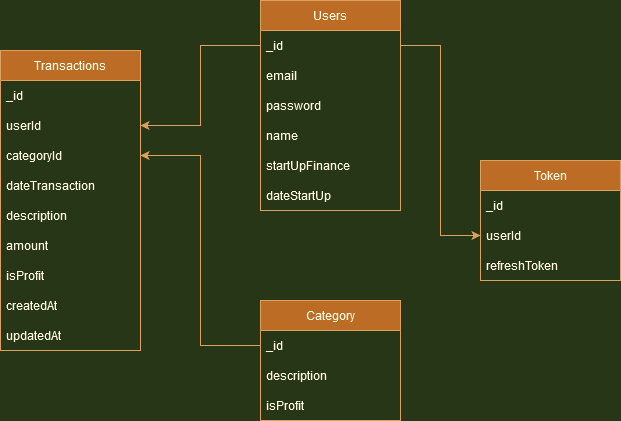
Before: schema.data.png, a diagram exported from draw.io (AndrewRiabets/project-kapusta-finance-back-end). Source tidied: cells renumbered, new cells last; positions are measured from the earlier drawing's top-left corner, leaving out a move shared by most shapes.
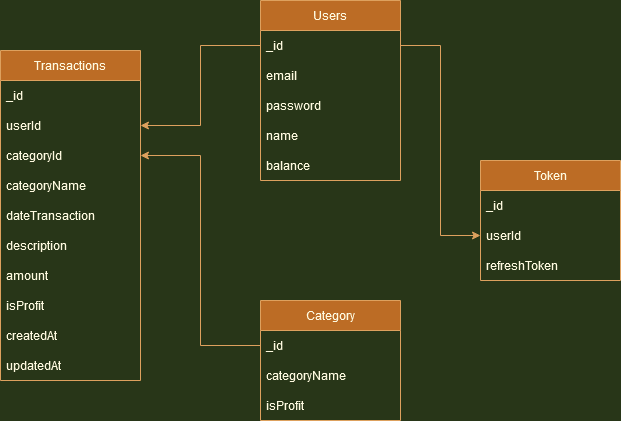
Later version of the same file.

What changed in the source:
```diff
@@ -3,7 +3,7 @@
     <mxCell id="0" />
     <mxCell id="1" parent="0" />
     <mxCell id="2" value="Users" style="swimlane;fontStyle=0;horizontal=1;startSize=30;fillColor=#BC6C25;strokeColor=#DDA15E;fontColor=#FEFAE0;" parent="1" vertex="1">
-      <mxGeometry x="260" width="140" height="210" as="geometry" />
+      <mxGeometry x="260" width="140" height="180" as="geometry" />
     </mxCell>
     <mxCell id="3" value="_id" style="text;strokeColor=none;fillColor=none;align=left;verticalAlign=middle;spacingLeft=4;spacingRight=4;overflow=hidden;points=[[0,0.5],[1,0.5]];portConstraint=eastwest;fontColor=#FEFAE0;" parent="2" vertex="1">
       <mxGeometry y="30" width="140" height="30" as="geometry" />
@@ -17,26 +17,23 @@
     <mxCell id="6" value="name" style="text;strokeColor=none;fillColor=none;align=left;verticalAlign=middle;spacingLeft=4;spacingRight=4;overflow=hidden;fontColor=#FEFAE0;" parent="2" vertex="1">
       <mxGeometry y="120" width="140" height="30" as="geometry" />
     </mxCell>
-    <mxCell id="7" value="startUpFinance" style="text;strokeColor=none;fillColor=none;align=left;verticalAlign=middle;spacingLeft=4;spacingRight=4;overflow=hidden;fontColor=#FEFAE0;" parent="2" vertex="1">
+    <mxCell id="7" value="balance" style="text;strokeColor=none;fillColor=none;align=left;verticalAlign=middle;spacingLeft=4;spacingRight=4;overflow=hidden;fontColor=#FEFAE0;" parent="2" vertex="1">
       <mxGeometry y="150" width="140" height="30" as="geometry" />
     </mxCell>
-    <mxCell id="8" value="dateStartUp" style="text;strokeColor=none;fillColor=none;align=left;verticalAlign=middle;spacingLeft=4;spacingRight=4;overflow=hidden;fontColor=#FEFAE0;" parent="2" vertex="1">
-      <mxGeometry y="180" width="140" height="30" as="geometry" />
-    </mxCell>
     <mxCell id="9" value="Category" style="swimlane;fontStyle=0;horizontal=1;startSize=30;fillColor=#BC6C25;strokeColor=#DDA15E;fontColor=#FEFAE0;" parent="1" vertex="1">
       <mxGeometry x="260" y="300" width="140" height="120" as="geometry" />
     </mxCell>
     <mxCell id="10" value="_id" style="text;strokeColor=none;fillColor=none;align=left;verticalAlign=middle;spacingLeft=4;spacingRight=4;overflow=hidden;points=[[0,0.5],[1,0.5]];portConstraint=eastwest;fontColor=#FEFAE0;" parent="9" vertex="1">
       <mxGeometry y="30" width="140" height="30" as="geometry" />
     </mxCell>
-    <mxCell id="11" value="description" style="text;strokeColor=none;fillColor=none;align=left;verticalAlign=middle;spacingLeft=4;spacingRight=4;overflow=hidden;fontColor=#FEFAE0;" parent="9" vertex="1">
+    <mxCell id="11" value="categoryName" style="text;strokeColor=none;fillColor=none;align=left;verticalAlign=middle;spacingLeft=4;spacingRight=4;overflow=hidden;fontColor=#FEFAE0;" parent="9" vertex="1">
       <mxGeometry y="60" width="140" height="30" as="geometry" />
     </mxCell>
     <mxCell id="12" value="isProfit" style="text;strokeColor=none;fillColor=none;align=left;verticalAlign=middle;spacingLeft=4;spacingRight=4;overflow=hidden;fontColor=#FEFAE0;" parent="9" vertex="1">
       <mxGeometry y="90" width="140" height="30" as="geometry" />
     </mxCell>
     <mxCell id="13" value="Transactions" style="swimlane;fontStyle=0;horizontal=1;startSize=30;fillColor=#BC6C25;strokeColor=#DDA15E;fontColor=#FEFAE0;" parent="1" vertex="1">
-      <mxGeometry y="50" width="140" height="300" as="geometry" />
+      <mxGeometry y="50" width="140" height="330" as="geometry" />
     </mxCell>
     <mxCell id="14" value="_id" style="text;strokeColor=none;fillColor=none;align=left;verticalAlign=middle;spacingLeft=4;spacingRight=4;overflow=hidden;fontColor=#FEFAE0;" parent="13" vertex="1">
       <mxGeometry y="30" width="140" height="30" as="geometry" />
@@ -47,23 +44,26 @@
     <mxCell id="16" value="categoryId" style="text;strokeColor=none;fillColor=none;align=left;verticalAlign=middle;spacingLeft=4;spacingRight=4;overflow=hidden;points=[[0,0.5],[1,0.5]];portConstraint=eastwest;fontColor=#FEFAE0;" parent="13" vertex="1">
       <mxGeometry y="90" width="140" height="30" as="geometry" />
     </mxCell>
+    <mxCell id="30" value="categoryName" style="text;strokeColor=none;fillColor=none;align=left;verticalAlign=middle;spacingLeft=4;spacingRight=4;overflow=hidden;fontColor=#FEFAE0;" parent="13" vertex="1">
+      <mxGeometry y="120" width="140" height="30" as="geometry" />
+    </mxCell>
     <mxCell id="17" value="dateTransaction" style="text;strokeColor=none;fillColor=none;align=left;verticalAlign=middle;spacingLeft=4;spacingRight=4;overflow=hidden;fontColor=#FEFAE0;" parent="13" vertex="1">
-      <mxGeometry y="120" width="140" height="30" as="geometry" />
+      <mxGeometry y="150" width="140" height="30" as="geometry" />
     </mxCell>
     <mxCell id="18" value="description" style="text;strokeColor=none;fillColor=none;align=left;verticalAlign=middle;spacingLeft=4;spacingRight=4;overflow=hidden;fontColor=#FEFAE0;" parent="13" vertex="1">
-      <mxGeometry y="150" width="140" height="30" as="geometry" />
+      <mxGeometry y="180" width="140" height="30" as="geometry" />
     </mxCell>
     <mxCell id="19" value="amount" style="text;strokeColor=none;fillColor=none;align=left;verticalAlign=middle;spacingLeft=4;spacingRight=4;overflow=hidden;fontColor=#FEFAE0;" parent="13" vertex="1">
-      <mxGeometry y="180" width="140" height="30" as="geometry" />
+      <mxGeometry y="210" width="140" height="30" as="geometry" />
     </mxCell>
     <mxCell id="20" value="isProfit" style="text;strokeColor=none;fillColor=none;align=left;verticalAlign=middle;spacingLeft=4;spacingRight=4;overflow=hidden;fontColor=#FEFAE0;" parent="13" vertex="1">
-      <mxGeometry y="210" width="140" height="30" as="geometry" />
+      <mxGeometry y="240" width="140" height="30" as="geometry" />
     </mxCell>
     <mxCell id="21" value="createdAt" style="text;strokeColor=none;fillColor=none;align=left;verticalAlign=middle;spacingLeft=4;spacingRight=4;overflow=hidden;fontColor=#FEFAE0;" parent="13" vertex="1">
-      <mxGeometry y="240" width="140" height="30" as="geometry" />
+      <mxGeometry y="270" width="140" height="30" as="geometry" />
     </mxCell>
     <mxCell id="22" value="updatedAt" style="text;strokeColor=none;fillColor=none;align=left;verticalAlign=middle;spacingLeft=4;spacingRight=4;overflow=hidden;fontColor=#FEFAE0;" parent="13" vertex="1">
-      <mxGeometry y="270" width="140" height="30" as="geometry" />
+      <mxGeometry y="300" width="140" height="30" as="geometry" />
     </mxCell>
     <mxCell id="23" style="edgeStyle=orthogonalEdgeStyle;rounded=0;jettySize=auto;html=1;exitX=0;exitY=0.5;exitDx=0;exitDy=0;entryX=1;entryY=0.5;entryDx=0;entryDy=0;labelBackgroundColor=#283618;strokeColor=#DDA15E;fontColor=#FEFAE0;" parent="1" edge="1" source="3" target="15">
       <mxGeometry relative="1" as="geometry" />
```
